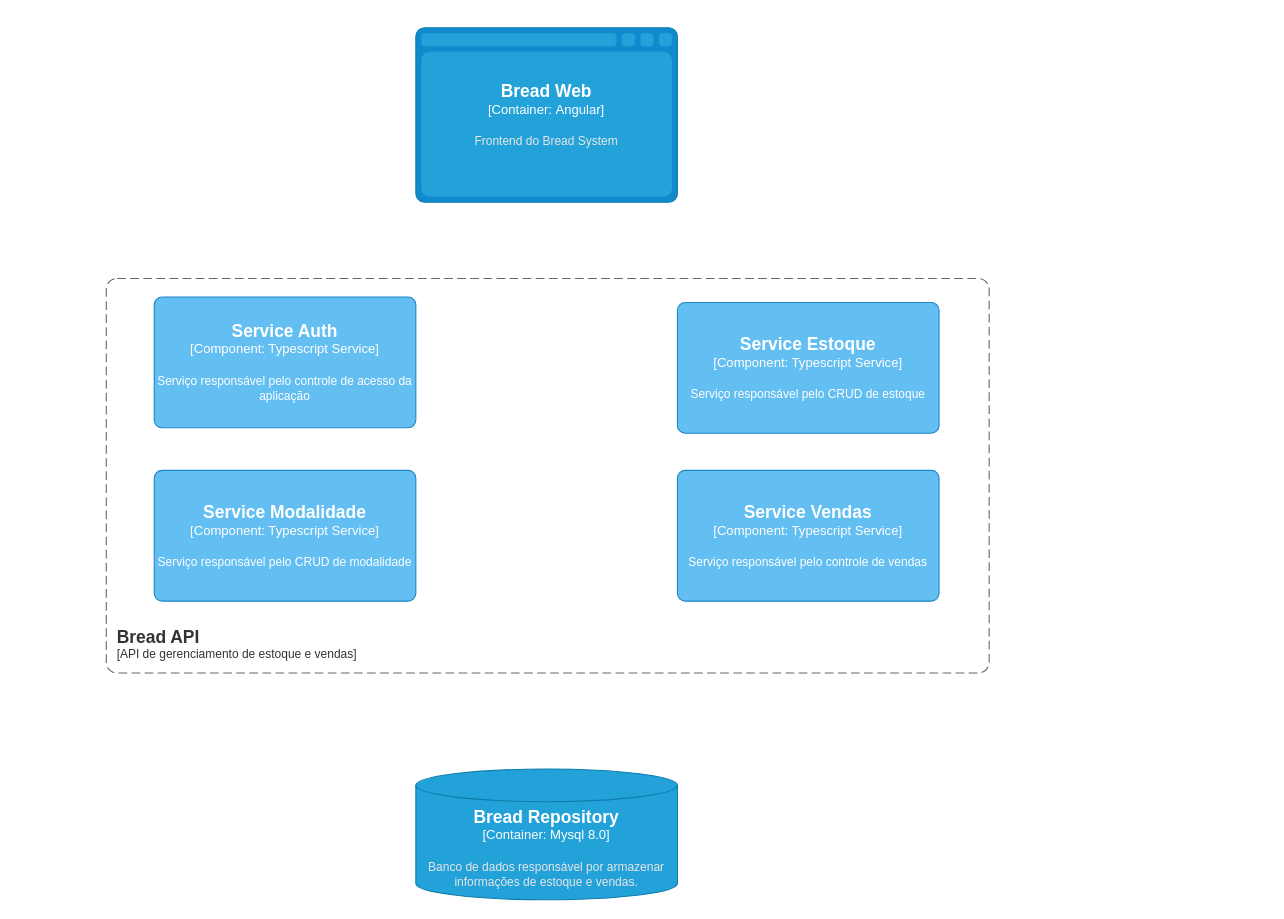
RenanYMartins/projeto_padaria keeps this draw.io diagram as page "N3" (3 of 3) of projeto_padaria.drawio. Above is the earlier version. Source tidied: cells renumbered, new cells numbered last; positions are measured from the earlier drawing's top-left corner, leaving out a move shared by most shapes. Both pictures are drawn from the tidied source at 109%, with x=0, y=0 at pixel (106, 27).
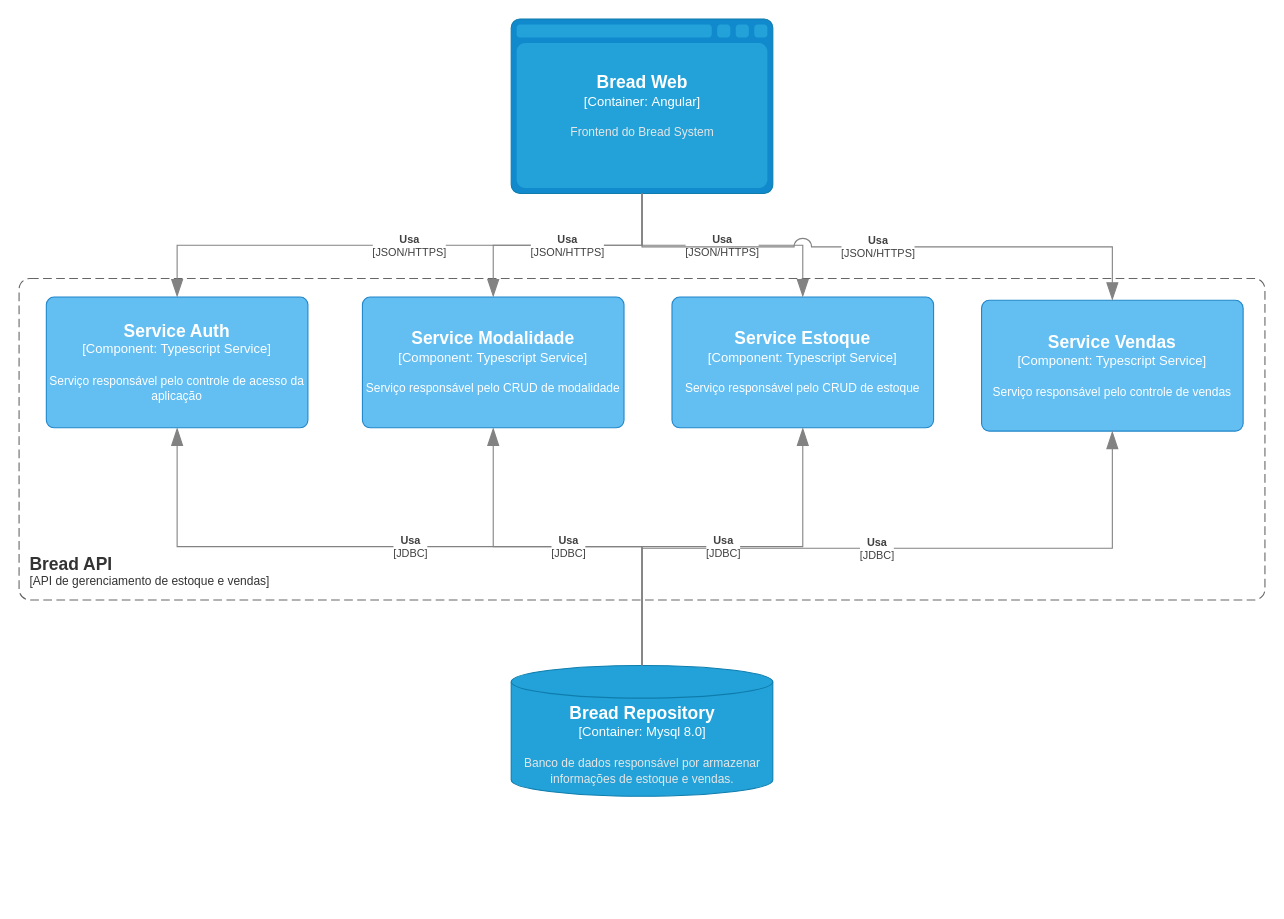
The same page after the edit.

Diff of the diagram source:
```diff
@@
     <object id="2" label="&lt;font style=&quot;font-size: 16px&quot;&gt;&lt;b&gt;%c4Name%&lt;/b&gt;&lt;/font&gt;&lt;div&gt;[%c4Type%:&amp;nbsp;%c4Technology%]&lt;/div&gt;&lt;br&gt;&lt;div&gt;&lt;font style=&quot;font-size: 11px&quot;&gt;&lt;font color=&quot;#E6E6E6&quot;&gt;%c4Description%&lt;/font&gt;&lt;/div&gt;" c4Description="Frontend do Bread System" c4Name="Bread Web" c4Technology="Angular" c4Type="Container" placeholders="1">
       <mxCell style="shape=mxgraph.c4.webBrowserContainer2;whiteSpace=wrap;html=1;boundedLbl=1;rounded=0;labelBackgroundColor=none;strokeColor=#118ACD;fillColor=#23A2D9;strokeColor=#118ACD;strokeColor2=#0E7DAD;fontSize=12;fontColor=#ffffff;align=center;points=[[0.5,0,0],[1,0.25,0],[1,0.5,0],[1,0.75,0],[0.5,1,0],[0,0.75,0],[0,0.5,0],[0,0.25,0]];" parent="1" vertex="1">
-        <mxGeometry x="284" width="240" height="160" as="geometry" />
+        <mxGeometry x="371.5" y="-8" width="240" height="160" as="geometry" />
       </mxCell>
     </object>
     <object id="3" label="&lt;font style=&quot;font-size: 16px&quot;&gt;&lt;b&gt;%c4Name%&lt;/b&gt;&lt;/font&gt;&lt;div&gt;[%c4Type%:&amp;nbsp;%c4Technology%]&lt;/div&gt;&lt;br&gt;&lt;div&gt;&lt;font style=&quot;font-size: 11px&quot;&gt;&lt;font color=&quot;#E6E6E6&quot;&gt;%c4Description%&lt;/font&gt;&lt;/div&gt;" c4Description="Banco de dados responsável por armazenar informações de estoque e vendas." c4Name="Bread Repository" c4Technology="Mysql 8.0" c4Type="Container" placeholders="1">
       <mxCell style="shape=cylinder3;size=15;whiteSpace=wrap;html=1;boundedLbl=1;rounded=0;labelBackgroundColor=none;fillColor=#23A2D9;fontSize=12;fontColor=#ffffff;align=center;strokeColor=#0E7DAD;points=[[0.5,0,0],[1,0.25,0],[1,0.5,0],[1,0.75,0],[0.5,1,0],[0,0.75,0],[0,0.5,0],[0,0.25,0]];" parent="1" vertex="1">
-        <mxGeometry x="284" y="680" width="240" height="120" as="geometry" />
+        <mxGeometry x="371.5" y="585" width="240" height="120" as="geometry" />
       </mxCell>
     </object>
     <object id="4" label="&lt;font style=&quot;font-size: 16px&quot;&gt;&lt;b&gt;&lt;div style=&quot;text-align: left&quot;&gt;%c4Name%&lt;/div&gt;&lt;/b&gt;&lt;/font&gt;&lt;div style=&quot;text-align: left&quot;&gt;[%c4Application%]&lt;/div&gt;" c4Application="API de gerenciamento de estoque e vendas" c4Name="Bread API" placeholders="1">
       <mxCell style="rounded=1;fontSize=11;whiteSpace=wrap;html=1;dashed=1;arcSize=20;fillColor=none;strokeColor=#666666;fontColor=#333333;labelBackgroundColor=none;align=left;verticalAlign=bottom;labelBorderColor=none;spacingTop=0;spacing=10;dashPattern=8 4;perimeter=rectanglePerimeter;noLabel=0;labelPadding=0;absoluteArcSize=1;" parent="1" vertex="1">
-        <mxGeometry y="230" width="810" height="362" as="geometry" />
+        <mxGeometry x="-80" y="230" width="1143" height="295" as="geometry" />
       </mxCell>
     </object>
     <object id="5" label="&lt;font style=&quot;font-size: 16px&quot;&gt;&lt;b&gt;%c4Name%&lt;/b&gt;&lt;/font&gt;&lt;div&gt;[%c4Type%: %c4Technology%]&lt;/div&gt;&lt;br&gt;&lt;div&gt;&lt;font style=&quot;font-size: 11px&quot;&gt;%c4Description%&lt;/font&gt;&lt;/div&gt;" c4Description="Serviço responsável pelo controle de acesso da aplicação" c4Name="Service Auth" c4Technology="Typescript Service" c4Type="Component" placeholders="1">
       <mxCell style="rounded=1;whiteSpace=wrap;html=1;labelBackgroundColor=none;fillColor=#63BEF2;fontColor=#ffffff;align=center;arcSize=6;strokeColor=#2086C9;points=[[0.25,0,0],[0.5,0,0],[0.75,0,0],[1,0.25,0],[1,0.5,0],[1,0.75,0],[0.75,1,0],[0.5,1,0],[0.25,1,0],[0,0.75,0],[0,0.5,0],[0,0.25,0]];" parent="1" vertex="1">
-        <mxGeometry x="44" y="247" width="240" height="120" as="geometry" />
+        <mxGeometry x="-55" y="247" width="240" height="120" as="geometry" />
       </mxCell>
     </object>
     <object id="6" label="&lt;font style=&quot;font-size: 16px&quot;&gt;&lt;b&gt;%c4Name%&lt;/b&gt;&lt;/font&gt;&lt;div&gt;[%c4Type%: %c4Technology%]&lt;/div&gt;&lt;br&gt;&lt;div&gt;&lt;font style=&quot;font-size: 11px&quot;&gt;%c4Description%&lt;/font&gt;&lt;/div&gt;" c4Description="Serviço responsável pelo CRUD de estoque" c4Name="Service Estoque" c4Technology="Typescript Service" c4Type="Component" placeholders="1">
       <mxCell style="rounded=1;whiteSpace=wrap;html=1;labelBackgroundColor=none;fillColor=#63BEF2;fontColor=#ffffff;align=center;arcSize=6;strokeColor=#2086C9;points=[[0.25,0,0],[0.5,0,0],[0.75,0,0],[1,0.25,0],[1,0.5,0],[1,0.75,0],[0.75,1,0],[0.5,1,0],[0.25,1,0],[0,0.75,0],[0,0.5,0],[0,0.25,0]];" parent="1" vertex="1">
-        <mxGeometry x="524" y="252" width="240" height="120" as="geometry" />
+        <mxGeometry x="519" y="247" width="240" height="120" as="geometry" />
       </mxCell>
     </object>
     <object id="7" label="&lt;font style=&quot;font-size: 16px&quot;&gt;&lt;b&gt;%c4Name%&lt;/b&gt;&lt;/font&gt;&lt;div&gt;[%c4Type%: %c4Technology%]&lt;/div&gt;&lt;br&gt;&lt;div&gt;&lt;font style=&quot;font-size: 11px&quot;&gt;%c4Description%&lt;/font&gt;&lt;/div&gt;" c4Description="Serviço responsável pelo CRUD de modalidade" c4Name="Service Modalidade" c4Technology="Typescript Service" c4Type="Component" placeholders="1">
       <mxCell style="rounded=1;whiteSpace=wrap;html=1;labelBackgroundColor=none;fillColor=#63BEF2;fontColor=#ffffff;align=center;arcSize=6;strokeColor=#2086C9;points=[[0.25,0,0],[0.5,0,0],[0.75,0,0],[1,0.25,0],[1,0.5,0],[1,0.75,0],[0.75,1,0],[0.5,1,0],[0.25,1,0],[0,0.75,0],[0,0.5,0],[0,0.25,0]];" parent="1" vertex="1">
-        <mxGeometry x="44" y="406" width="240" height="120" as="geometry" />
+        <mxGeometry x="235" y="247" width="240" height="120" as="geometry" />
       </mxCell>
     </object>
     <object id="8" label="&lt;font style=&quot;font-size: 16px&quot;&gt;&lt;b&gt;%c4Name%&lt;/b&gt;&lt;/font&gt;&lt;div&gt;[%c4Type%: %c4Technology%]&lt;/div&gt;&lt;br&gt;&lt;div&gt;&lt;font style=&quot;font-size: 11px&quot;&gt;%c4Description%&lt;/font&gt;&lt;/div&gt;" c4Description="Serviço responsável pelo controle de vendas" c4Name="Service Vendas" c4Technology="Typescript Service" c4Type="Component" placeholders="1">
       <mxCell style="rounded=1;whiteSpace=wrap;html=1;labelBackgroundColor=none;fillColor=#63BEF2;fontColor=#ffffff;align=center;arcSize=6;strokeColor=#2086C9;points=[[0.25,0,0],[0.5,0,0],[0.75,0,0],[1,0.25,0],[1,0.5,0],[1,0.75,0],[0.75,1,0],[0.5,1,0],[0.25,1,0],[0,0.75,0],[0,0.5,0],[0,0.25,0]];" parent="1" vertex="1">
-        <mxGeometry x="524" y="406" width="240" height="120" as="geometry" />
+        <mxGeometry x="803" y="250" width="240" height="120" as="geometry" />
       </mxCell>
     </object>
+    <object id="9" label="&lt;div style=&quot;text-align: left&quot;&gt;&lt;div style=&quot;text-align: center&quot;&gt;&lt;b&gt;%c4Description%&lt;/b&gt;&lt;/div&gt;&lt;div style=&quot;text-align: center&quot;&gt;[%c4Technology%]&lt;/div&gt;&lt;/div&gt;" c4Description="Usa" c4Technology="JSON/HTTPS" placeholders="1">
+      <mxCell style="endArrow=blockThin;html=1;fontSize=10;fontColor=#404040;strokeWidth=1;endFill=1;strokeColor=#828282;elbow=vertical;endSize=14;startSize=14;jumpStyle=arc;jumpSize=16;rounded=0;edgeStyle=orthogonalEdgeStyle;exitX=0.5;exitY=1;exitDx=0;exitDy=0;exitPerimeter=0;entryX=0.5;entryY=0;entryDx=0;entryDy=0;entryPerimeter=0;" parent="1" edge="1" source="2" target="5">
+        <mxGeometry relative="1" as="geometry" />
+      </mxCell>
+    </object>
+    <object id="10" label="&lt;div style=&quot;text-align: left&quot;&gt;&lt;div style=&quot;text-align: center&quot;&gt;&lt;b&gt;%c4Description%&lt;/b&gt;&lt;/div&gt;&lt;div style=&quot;text-align: center&quot;&gt;[%c4Technology%]&lt;/div&gt;&lt;/div&gt;" c4Description="Usa" c4Technology="JSON/HTTPS" placeholders="1">
+      <mxCell style="endArrow=blockThin;html=1;fontSize=10;fontColor=#404040;strokeWidth=1;endFill=1;strokeColor=#828282;elbow=vertical;endSize=14;startSize=14;jumpStyle=arc;jumpSize=16;rounded=0;edgeStyle=orthogonalEdgeStyle;exitX=0.5;exitY=1;exitDx=0;exitDy=0;exitPerimeter=0;entryX=0.5;entryY=0;entryDx=0;entryDy=0;entryPerimeter=0;" parent="1" edge="1" source="2" target="6">
+        <mxGeometry relative="1" as="geometry" />
+      </mxCell>
+    </object>
+    <object id="11" label="&lt;div style=&quot;text-align: left&quot;&gt;&lt;div style=&quot;text-align: center&quot;&gt;&lt;b&gt;%c4Description%&lt;/b&gt;&lt;/div&gt;&lt;div style=&quot;text-align: center&quot;&gt;[%c4Technology%]&lt;/div&gt;&lt;/div&gt;" c4Description="Usa" c4Technology="JSON/HTTPS" placeholders="1">
+      <mxCell style="endArrow=blockThin;html=1;fontSize=10;fontColor=#404040;strokeWidth=1;endFill=1;strokeColor=#828282;elbow=vertical;endSize=14;startSize=14;jumpStyle=arc;jumpSize=16;rounded=0;edgeStyle=orthogonalEdgeStyle;exitX=0.5;exitY=1;exitDx=0;exitDy=0;exitPerimeter=0;entryX=0.5;entryY=0;entryDx=0;entryDy=0;entryPerimeter=0;" parent="1" edge="1" source="2" target="7">
+        <mxGeometry relative="1" as="geometry" />
+      </mxCell>
+    </object>
+    <object id="12" label="&lt;div style=&quot;text-align: left&quot;&gt;&lt;div style=&quot;text-align: center&quot;&gt;&lt;b&gt;%c4Description%&lt;/b&gt;&lt;/div&gt;&lt;div style=&quot;text-align: center&quot;&gt;[%c4Technology%]&lt;/div&gt;&lt;/div&gt;" c4Description="Usa" c4Technology="JSON/HTTPS" placeholders="1">
+      <mxCell style="endArrow=blockThin;html=1;fontSize=10;fontColor=#404040;strokeWidth=1;endFill=1;strokeColor=#828282;elbow=vertical;endSize=14;startSize=14;jumpStyle=arc;jumpSize=16;rounded=0;edgeStyle=orthogonalEdgeStyle;exitX=0.5;exitY=1;exitDx=0;exitDy=0;exitPerimeter=0;entryX=0.5;entryY=0;entryDx=0;entryDy=0;entryPerimeter=0;" parent="1" edge="1" source="2" target="8">
+        <mxGeometry relative="1" as="geometry" />
+      </mxCell>
+    </object>
+    <object id="13" label="&lt;div style=&quot;text-align: left&quot;&gt;&lt;div style=&quot;text-align: center&quot;&gt;&lt;b&gt;%c4Description%&lt;/b&gt;&lt;/div&gt;&lt;div style=&quot;text-align: center&quot;&gt;[%c4Technology%]&lt;/div&gt;&lt;/div&gt;" c4Description="Usa" c4Technology="JDBC" placeholders="1">
+      <mxCell style="endArrow=blockThin;html=1;fontSize=10;fontColor=#404040;strokeWidth=1;endFill=1;strokeColor=#828282;elbow=vertical;endSize=14;startSize=14;jumpStyle=arc;jumpSize=16;rounded=0;edgeStyle=orthogonalEdgeStyle;entryX=0.5;entryY=1;entryDx=0;entryDy=0;entryPerimeter=0;exitX=0.5;exitY=0;exitDx=0;exitDy=0;exitPerimeter=0;" parent="1" edge="1" source="3" target="5">
+        <mxGeometry relative="1" as="geometry" />
+      </mxCell>
+    </object>
+    <object id="14" label="&lt;div style=&quot;text-align: left&quot;&gt;&lt;div style=&quot;text-align: center&quot;&gt;&lt;b&gt;%c4Description%&lt;/b&gt;&lt;/div&gt;&lt;div style=&quot;text-align: center&quot;&gt;[%c4Technology%]&lt;/div&gt;&lt;/div&gt;" c4Description="Usa" c4Technology="JDBC" placeholders="1">
+      <mxCell style="endArrow=blockThin;html=1;fontSize=10;fontColor=#404040;strokeWidth=1;endFill=1;strokeColor=#828282;elbow=vertical;endSize=14;startSize=14;jumpStyle=arc;jumpSize=16;rounded=0;edgeStyle=orthogonalEdgeStyle;exitX=0.5;exitY=0;exitDx=0;exitDy=0;exitPerimeter=0;entryX=0.5;entryY=1;entryDx=0;entryDy=0;entryPerimeter=0;" parent="1" edge="1" source="3" target="8">
+        <mxGeometry relative="1" as="geometry" />
+      </mxCell>
+    </object>
+    <object id="15" label="&lt;div style=&quot;text-align: left&quot;&gt;&lt;div style=&quot;text-align: center&quot;&gt;&lt;b&gt;%c4Description%&lt;/b&gt;&lt;/div&gt;&lt;div style=&quot;text-align: center&quot;&gt;[%c4Technology%]&lt;/div&gt;&lt;/div&gt;" c4Description="Usa" c4Technology="JDBC" placeholders="1">
+      <mxCell style="endArrow=blockThin;html=1;fontSize=10;fontColor=#404040;strokeWidth=1;endFill=1;strokeColor=#828282;elbow=vertical;endSize=14;startSize=14;jumpStyle=arc;jumpSize=16;rounded=0;edgeStyle=orthogonalEdgeStyle;entryX=0.5;entryY=1;entryDx=0;entryDy=0;entryPerimeter=0;exitX=0.5;exitY=0;exitDx=0;exitDy=0;exitPerimeter=0;" parent="1" edge="1" source="3" target="7">
+        <mxGeometry relative="1" as="geometry" />
+      </mxCell>
+    </object>
+    <object id="16" label="&lt;div style=&quot;text-align: left&quot;&gt;&lt;div style=&quot;text-align: center&quot;&gt;&lt;b&gt;%c4Description%&lt;/b&gt;&lt;/div&gt;&lt;div style=&quot;text-align: center&quot;&gt;[%c4Technology%]&lt;/div&gt;&lt;/div&gt;" c4Description="Usa" c4Technology="JDBC" placeholders="1">
+      <mxCell style="endArrow=blockThin;html=1;fontSize=10;fontColor=#404040;strokeWidth=1;endFill=1;strokeColor=#828282;elbow=vertical;endSize=14;startSize=14;jumpStyle=arc;jumpSize=16;rounded=0;edgeStyle=orthogonalEdgeStyle;exitX=0.5;exitY=0;exitDx=0;exitDy=0;exitPerimeter=0;" parent="1" edge="1" source="3" target="6">
+        <mxGeometry relative="1" as="geometry" />
+      </mxCell>
+    </object>
```
